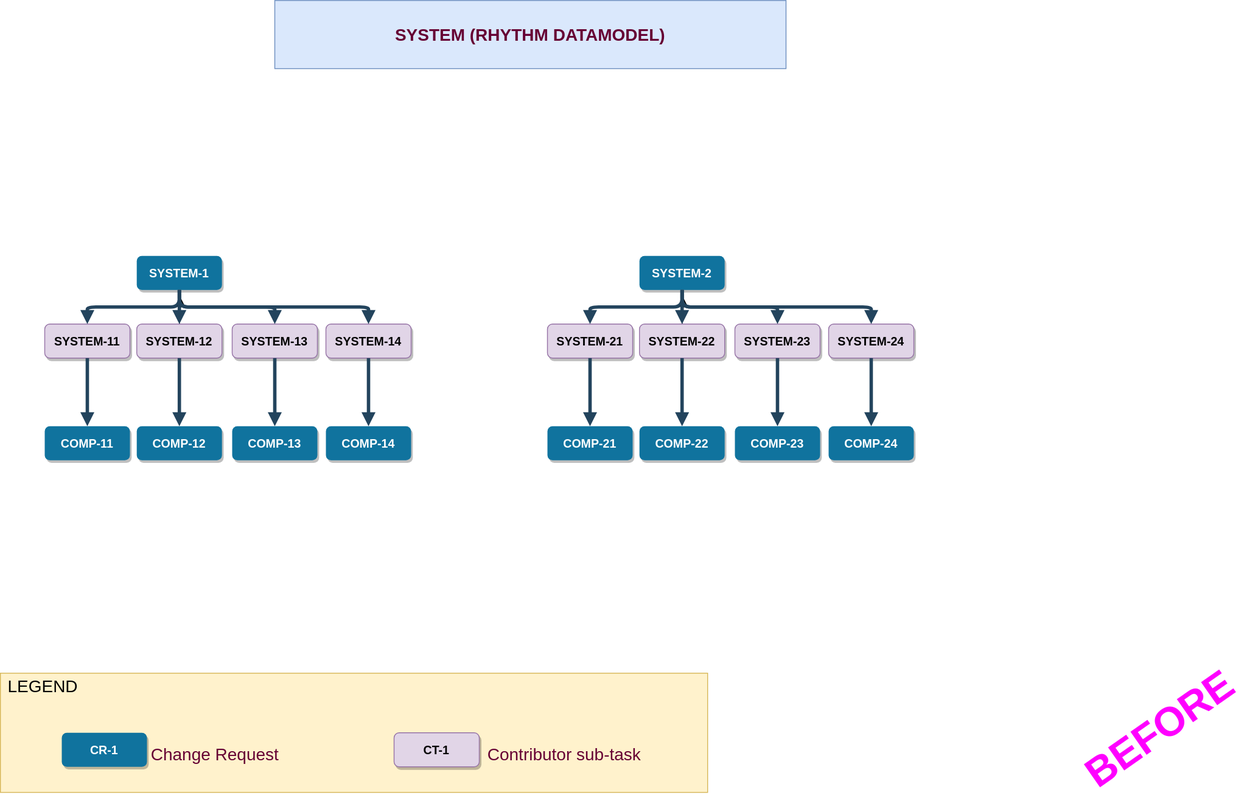
alaindelanay/drawings keeps this draw.io diagram as System_Rhythm_Contributions.svg. Above is the earlier version. Source tidied: cells renumbered, new cells last; positions are measured from the earlier drawing's top-left corner, leaving out a move shared by most shapes.
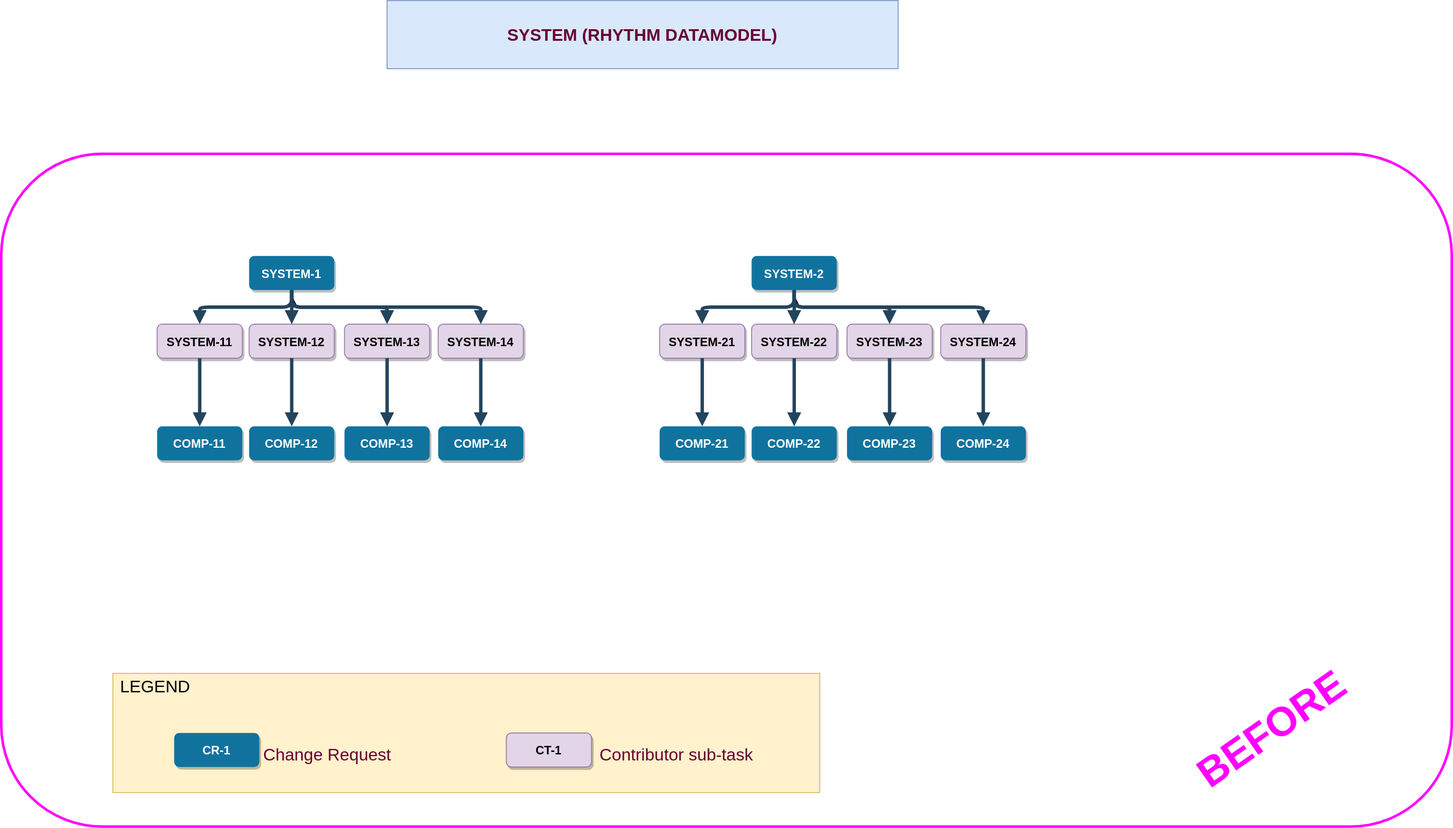
Later version of the same file.

What changed in the source:
```diff
@@ -138,5 +138,8 @@
     <mxCell id="45" style="edgeStyle=elbowEdgeStyle;elbow=vertical;strokeWidth=4;endArrow=block;endFill=1;fontStyle=1;strokeColor=#23445D;entryX=0.5;entryY=0;entryDx=0;entryDy=0;exitX=0.5;exitY=1;exitDx=0;exitDy=0;" parent="1" edge="1" source="28" target="42">
       <mxGeometry x="850" y="-164.5" as="geometry" />
     </mxCell>
+    <mxCell id="46" style="rounded=1;whiteSpace=wrap;html=1;fillColor=none;strokeColor=#FF00FF;strokeWidth=3;perimeterSpacing=3;" parent="1" vertex="1">
+      <mxGeometry x="-131" y="180" width="1703" height="790" as="geometry" />
+    </mxCell>
   </root>
 </mxGraphModel>
```
